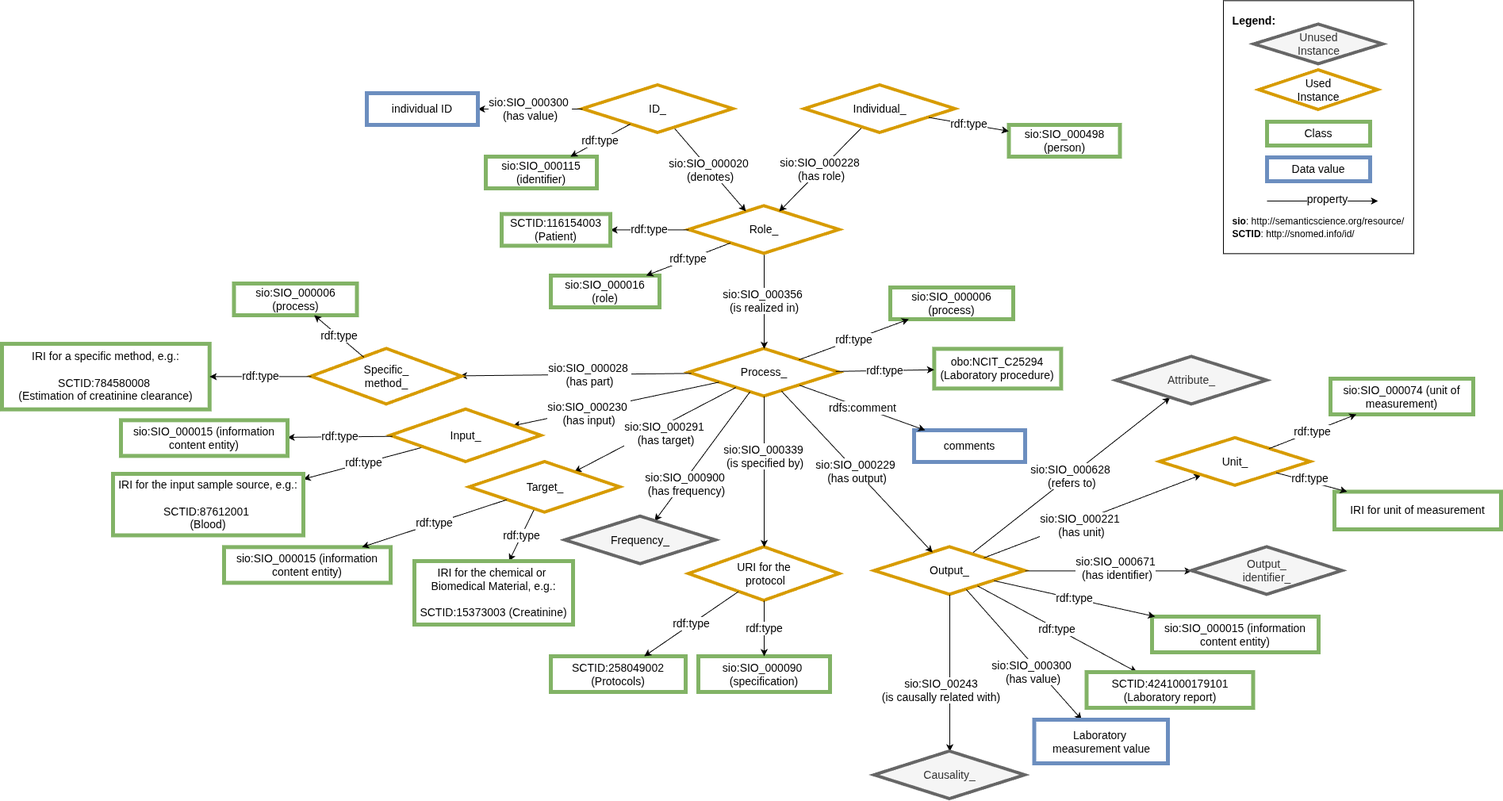
The draw.io diagram images/snomed/CARE-SM-snomed-Laboratory.drawio.png in CARE-SM/CARE-Semantic-Model, before a commit. Source tidied: cells renumbered, new cells last; positions are measured from the earlier drawing's top-left corner, leaving out a move shared by most shapes.
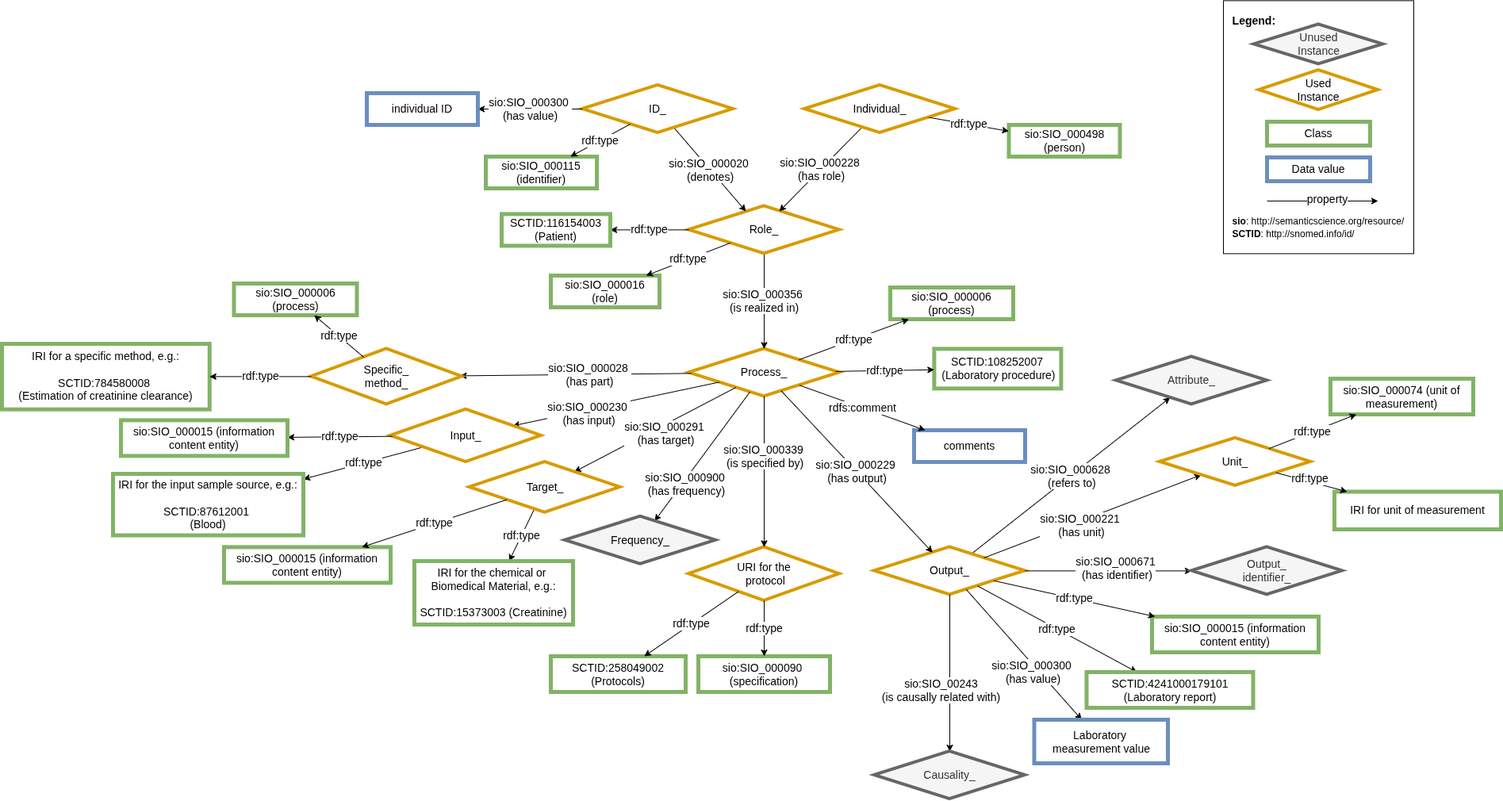
Later version of the same file.

Commit message:
SCTID prefixes fixed

The edit, as a diff of the source:
```diff
@@ -93,7 +93,7 @@
     <mxCell id="28" value="SCTID:116154003 (Patient)" style="whiteSpace=wrap;html=1;fillColor=#FFFFFF;strokeColor=#82b366;strokeWidth=5;fontSize=14;" parent="1" vertex="1">
       <mxGeometry x="630" y="269.4" width="137" height="40" as="geometry" />
     </mxCell>
-    <mxCell id="29" value="obo:NCIT_C25294&lt;div&gt;(Laboratory procedure)&lt;/div&gt;" style="whiteSpace=wrap;html=1;fillColor=#FFFFFF;strokeColor=#82b366;strokeWidth=5;fontSize=14;" parent="1" vertex="1">
+    <mxCell id="29" value="SCTID:108252007&lt;div&gt;&amp;nbsp;(Laboratory procedure)&lt;/div&gt;" style="whiteSpace=wrap;html=1;fillColor=#FFFFFF;strokeColor=#82b366;strokeWidth=5;fontSize=14;" parent="1" vertex="1">
       <mxGeometry x="1175.4" y="439.4" width="160" height="50" as="geometry" />
     </mxCell>
     <mxCell id="30" value="rdf:type" style="edgeStyle=none;rounded=0;jettySize=auto;html=1;fontSize=14;" parent="1" edge="1" source="4" target="29">
```
